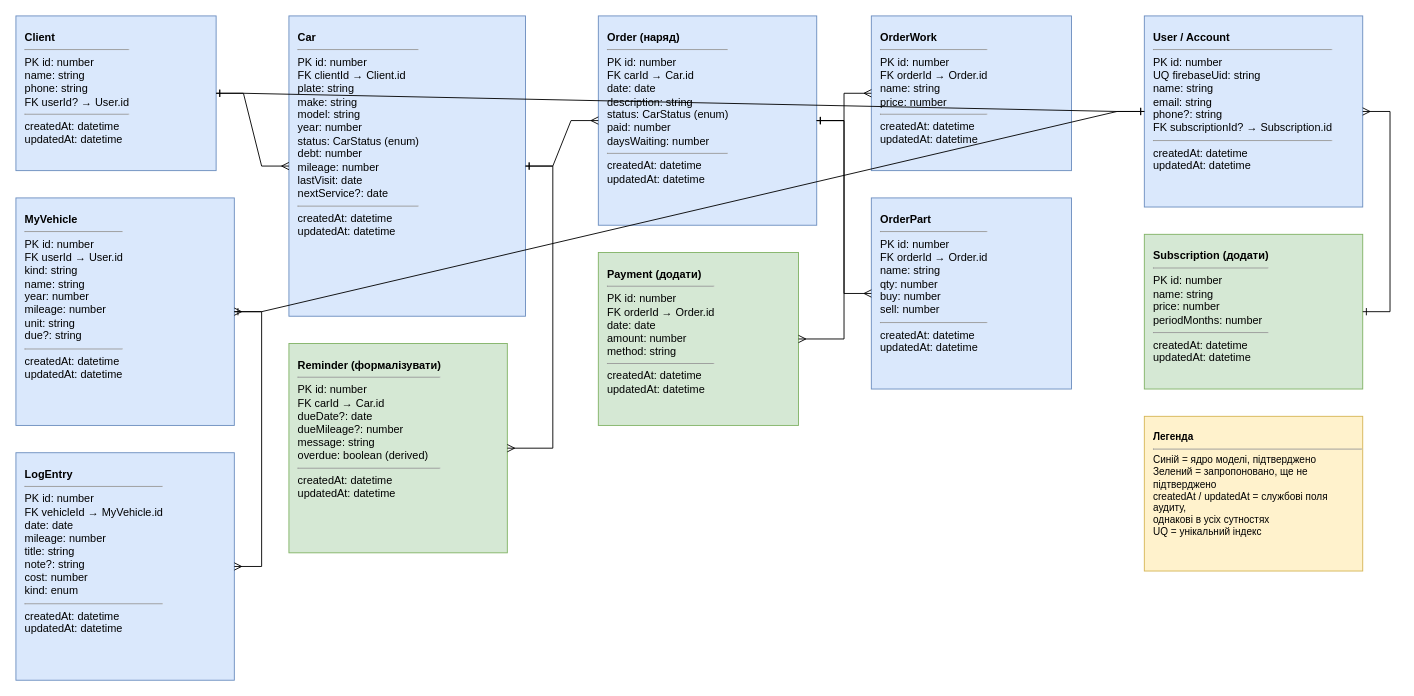
Earlier version of the draw.io diagram garage-erd.drawio (maksymkrat/GarageOS). Source tidied: cells renumbered, new cells numbered last; positions are measured from the earlier drawing's top-left corner, leaving out a move shared by most shapes. Both pictures are drawn from the tidied source at 91%, with x=0, y=0 at pixel (15, 15).
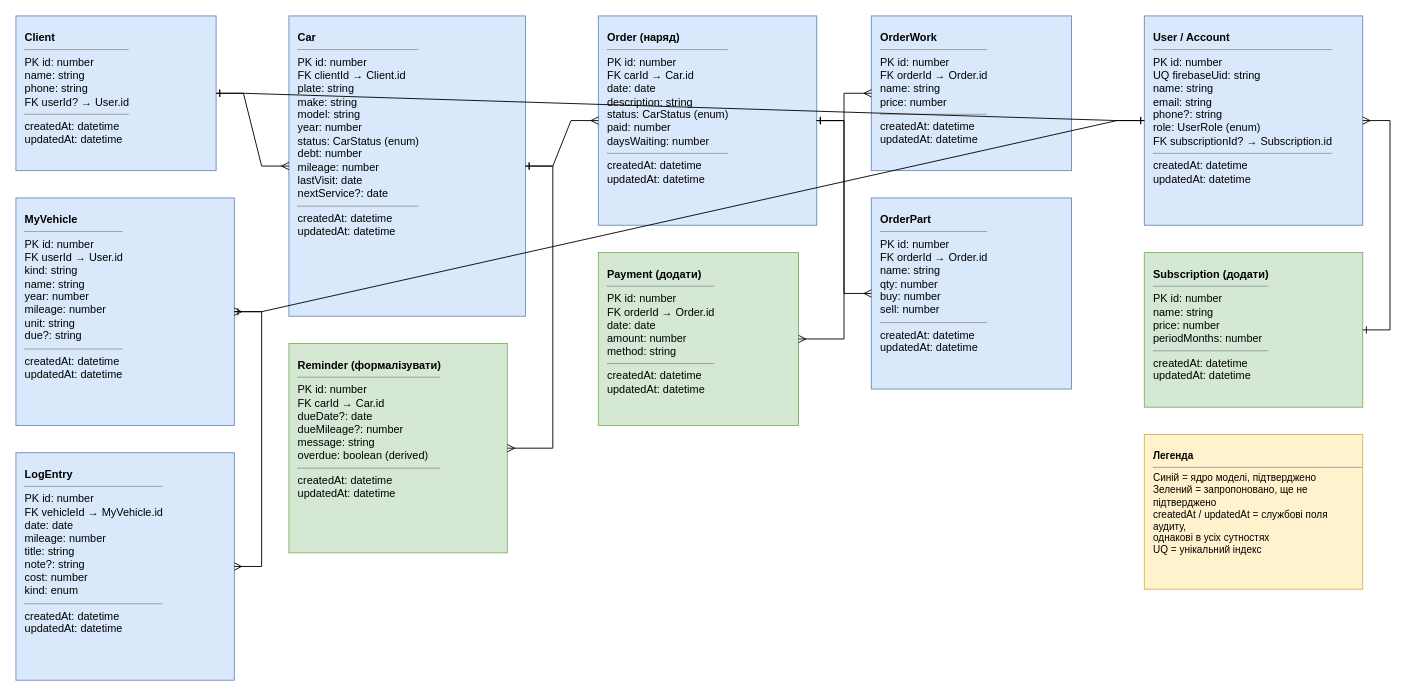
The same page after the edit.

Diff of the diagram source:
```diff
@@
-    <mxCell id="11" value="&lt;b&gt;User / Account&lt;/b&gt;&lt;hr size=1&gt;PK id: number&lt;br&gt;UQ firebaseUid: string&lt;br&gt;name: string&lt;br&gt;email: string&lt;br&gt;phone?: string&lt;br&gt;FK subscriptionId? → Subscription.id&lt;hr size=1&gt;createdAt: datetime&lt;br&gt;updatedAt: datetime" style="rounded=0;whiteSpace=wrap;html=1;align=left;verticalAlign=top;spacingLeft=8;spacingTop=10;fontSize=12;fillColor=#dae8fc;strokeColor=#6c8ebf;" parent="1" vertex="1">
-      <mxGeometry x="1240" width="240" height="210" as="geometry" />
+    <mxCell id="11" value="&lt;b&gt;User / Account&lt;/b&gt;&lt;hr size=1&gt;PK id: number&lt;br&gt;UQ firebaseUid: string&lt;br&gt;name: string&lt;br&gt;email: string&lt;br&gt;phone?: string&lt;br&gt;role: UserRole (enum)&lt;br&gt;FK subscriptionId? → Subscription.id&lt;hr size=1&gt;createdAt: datetime&lt;br&gt;updatedAt: datetime" style="rounded=0;whiteSpace=wrap;html=1;align=left;verticalAlign=top;spacingLeft=8;spacingTop=10;fontSize=12;fillColor=#dae8fc;strokeColor=#6c8ebf;" parent="1" vertex="1">
+      <mxGeometry x="1240" width="240" height="230" as="geometry" />
     </mxCell>
@@
     <mxCell id="20" value="&lt;b&gt;Subscription (додати)&lt;/b&gt;&lt;hr size=1&gt;PK id: number&lt;br&gt;name: string&lt;br&gt;price: number&lt;br&gt;periodMonths: number&lt;hr size=1&gt;createdAt: datetime&lt;br&gt;updatedAt: datetime" style="rounded=0;whiteSpace=wrap;html=1;align=left;verticalAlign=top;spacingLeft=8;spacingTop=10;fontSize=12;fillColor=#d5e8d4;strokeColor=#82b366;" parent="1" vertex="1">
-      <mxGeometry x="1240" y="240" width="240" height="170" as="geometry" />
+      <mxGeometry x="1240" y="260" width="240" height="170" as="geometry" />
     </mxCell>
@@
     <mxCell id="23" value="&lt;b&gt;Легенда&lt;/b&gt;&lt;hr size=1&gt;Синій = ядро моделі, підтверджено&lt;br&gt;Зелений = запропоновано, ще не підтверджено&lt;br&gt;createdAt / updatedAt = службові поля аудиту,&lt;br&gt;однакові в усіх сутностях&lt;br&gt;UQ = унікальний індекс" style="rounded=0;whiteSpace=wrap;html=1;align=left;verticalAlign=top;spacingLeft=8;spacingTop=10;fontSize=11;fillColor=#fff2cc;strokeColor=#d6b656;" parent="1" vertex="1">
-      <mxGeometry x="1240" y="440" width="240" height="170" as="geometry" />
+      <mxGeometry x="1240" y="460" width="240" height="170" as="geometry" />
     </mxCell>
```
